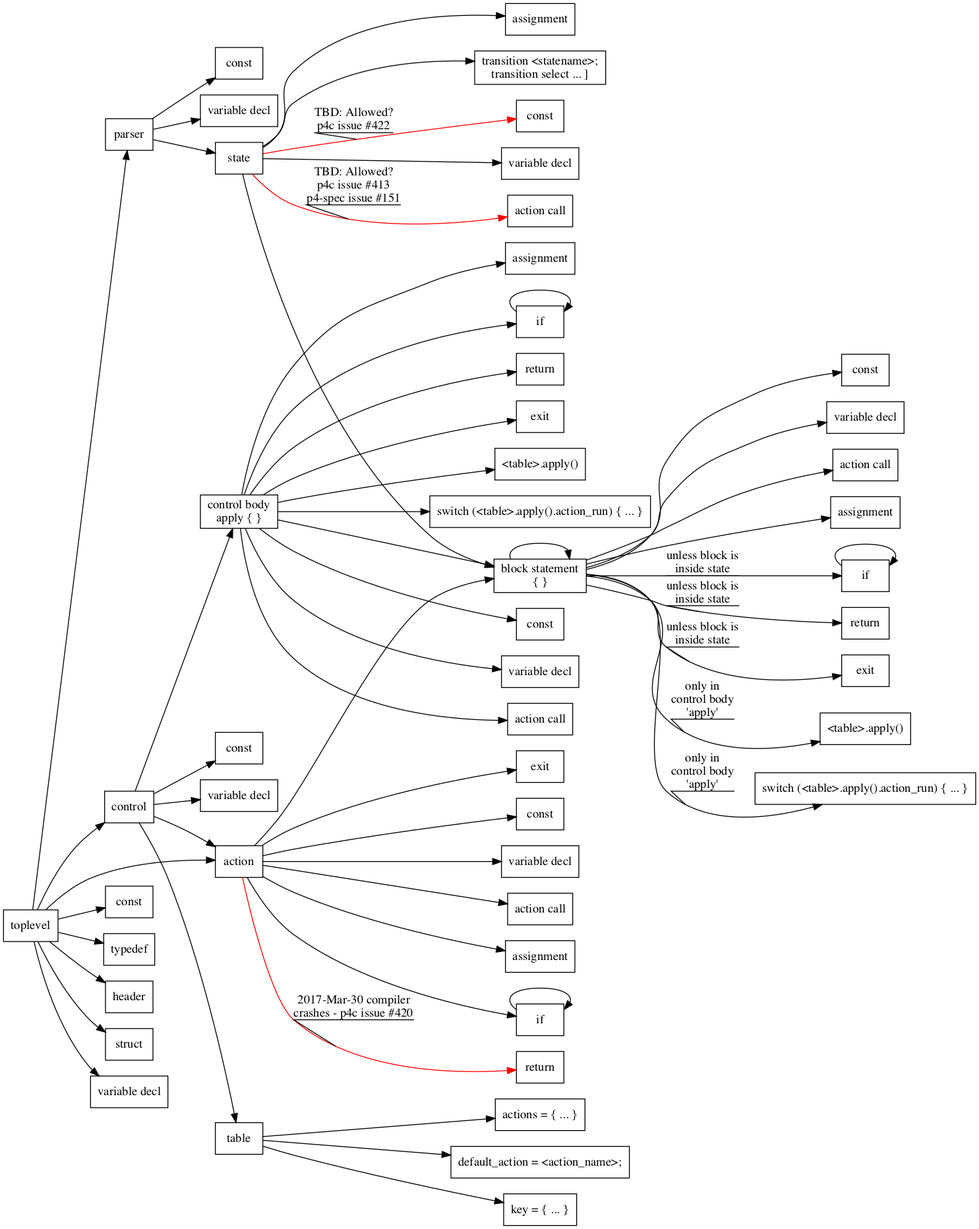
jafingerhut/p4-guide keeps this Graphviz diagram as p4-16-allowed-constructs.png. Above is the earlier version. Its source is kept beside it as p4-16-allowed-constructs.dot.
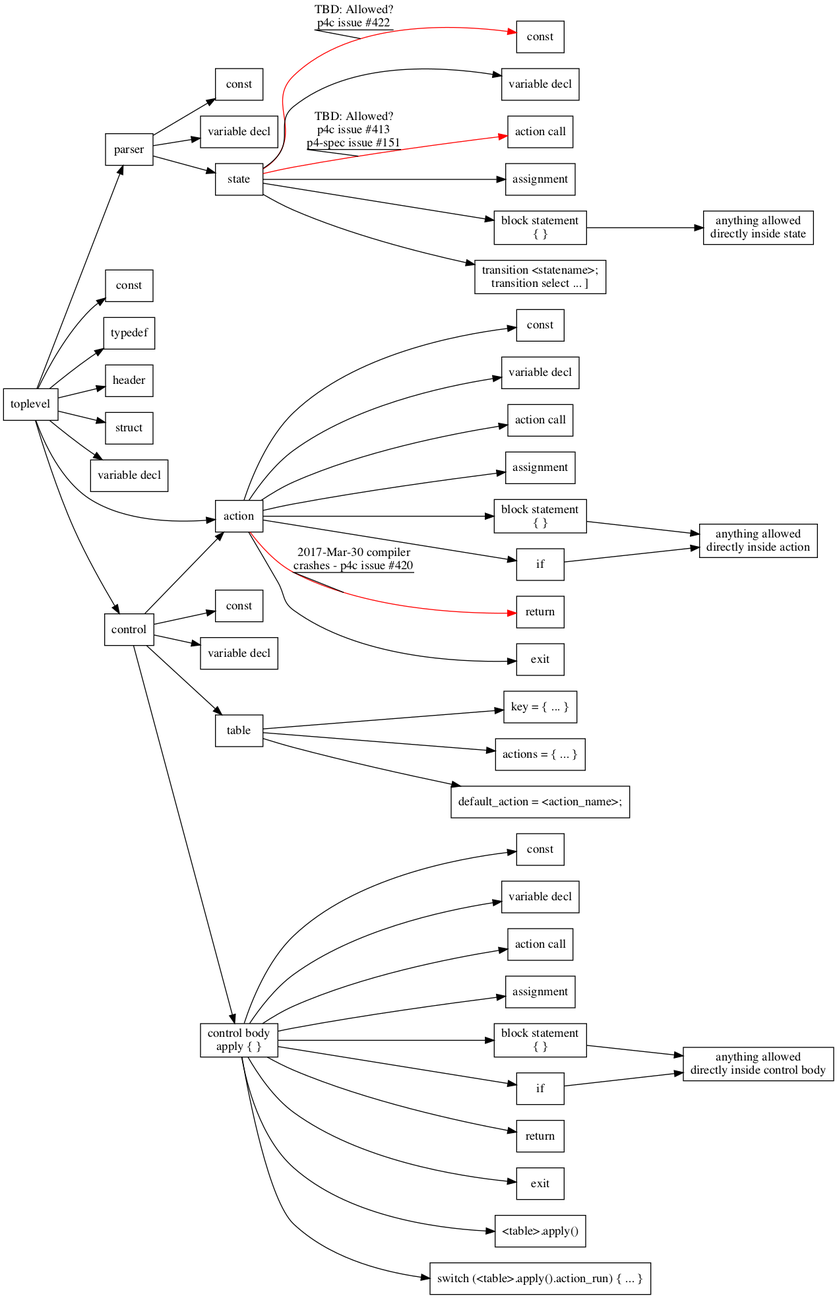
After the commit.

Commit message:
Simplify explanation of allowed constructs inside block statements

Change to the diagram source:
```diff
@@ -36,7 +36,10 @@
     actionCallStatement3 [label="action call"];
     parserState -> assignmentStatement3;
     assignmentStatement3 [label="assignment"];
-    parserState -> blockStatement;
+    parserState -> blockStatement3;
+    blockStatement3 [label="block statement\n{ }"];
+    blockStatement3 -> blockStatementInParserState;
+    blockStatementInParserState [label="anything allowed\ndirectly inside state"];
     parserState -> transitionStatement;
     transitionStatement [label="transition <statename>;\ntransition select ... ]"];
 
@@ -65,10 +68,13 @@
     actionCallStatement5 [label="action call"];
     actionDeclaration -> assignmentStatement5;
     assignmentStatement5 [label="assignment"];
-    actionDeclaration -> blockStatement;
+    actionDeclaration -> blockStatement5;
+    blockStatement5 [label="block statement\n{ }"];
+    blockStatement5 -> blockStatementInActionDeclaration;
+    blockStatementInActionDeclaration [label="anything allowed\ndirectly inside action"];
     actionDeclaration -> conditionalStatement5;
     conditionalStatement5 [label="if"];
-    conditionalStatement5 -> conditionalStatement5;
+    conditionalStatement5 -> blockStatementInActionDeclaration;
     actionDeclaration -> returnStatement5 [color=red label="2017-Mar-30 compiler\ncrashes - p4c issue #420" decorate=True];
     returnStatement5 [label="return"];
     actionDeclaration -> exitStatement5;
@@ -83,10 +89,13 @@
     actionCallStatement6 [label="action call"];
     controlBody -> assignmentStatement6;
     assignmentStatement6 [label="assignment"];
-    controlBody -> blockStatement;
+    controlBody -> blockStatement6;
+    blockStatement6 [label="block statement\n{ }"];
+    blockStatement6 -> blockStatementInControlBody;
+    blockStatementInControlBody [label="anything allowed\ndirectly inside control body"];
     controlBody -> conditionalStatement6;
     conditionalStatement6 [label="if"];
-    conditionalStatement6 -> conditionalStatement6;
+    conditionalStatement6 -> blockStatementInControlBody;
     controlBody -> returnStatement6;
     returnStatement6 [label="return"];
     controlBody -> exitStatement6;
@@ -96,26 +105,5 @@
     controlBody -> switchStatement6;
     switchStatement6 [label="switch (<table>.apply().action_run) { ... }"];
 
-    blockStatement [label="block statement\n{ }"];
-    blockStatement -> constantDeclaration7;
-    constantDeclaration7 [label="const"];
-    blockStatement -> variableDeclaration7;
-    variableDeclaration7 [label="variable decl"];
-    blockStatement -> actionCallStatement7;
-    actionCallStatement7 [label="action call"];
-    blockStatement -> assignmentStatement7;
-    assignmentStatement7 [label="assignment"];
-    blockStatement -> blockStatement;
-    blockStatement -> conditionalStatement7 [label="unless block is\ninside state" decorate=True];
-    conditionalStatement7 [label="if"];
-    conditionalStatement7 -> conditionalStatement7;
-    blockStatement -> returnStatement7 [label="unless block is\ninside state" decorate=True];
-    returnStatement7 [label="return"];
-    blockStatement -> exitStatement7 [label="unless block is\ninside state" decorate=True];
-    exitStatement7 [label="exit"];
-    blockStatement -> tableApplyCall7 [label="only in\ncontrol body\n'apply'" decorate=True];
-    tableApplyCall7 [label="<table>.apply()"];
-    blockStatement -> switchStatement7 [label="only in\ncontrol body\n'apply'" decorate=True];
-    switchStatement7 [label="switch (<table>.apply().action_run) { ... }"];
 
 }
```
